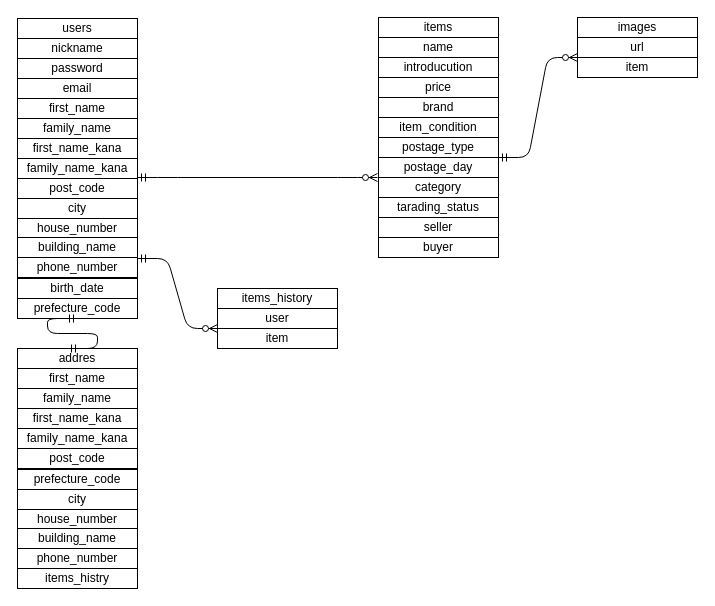
The draw.io diagram er.dio in hlomochi1023/furima-36769, before the edit. Source tidied: cells renumbered, new cells numbered last; positions are measured from the earlier drawing's top-left corner, leaving out a move shared by most shapes. Both pictures are drawn from the tidied source at 100%, with x=0, y=0 at pixel (17, 17).
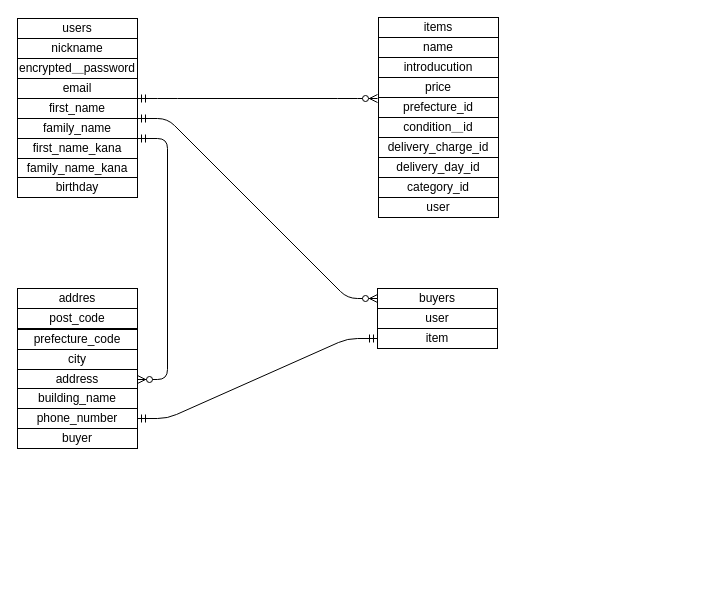
The same page after the edit.

The change refers to these unchanged cells:
```xml
<mxCell id="10" value="family_name" style="whiteSpace=wrap;html=1;align=center;" parent="1" vertex="1">
  <mxGeometry y="101" width="120" height="20" as="geometry" />
</mxCell>
```

What changed in the source:
```diff
@@
-    <mxCell id="4" value="prefecture_code" style="whiteSpace=wrap;html=1;align=center;" parent="1" vertex="1">
-      <mxGeometry y="281" width="120" height="20" as="geometry" />
-    </mxCell>
@@
-    <mxCell id="7" value="password" style="whiteSpace=wrap;html=1;align=center;" parent="1" vertex="1">
+    <mxCell id="7" value="encrypted＿password" style="whiteSpace=wrap;html=1;align=center;" parent="1" vertex="1">
       <mxGeometry y="41" width="120" height="20" as="geometry" />
     </mxCell>
@@
-    <mxCell id="13" value="post_code" style="whiteSpace=wrap;html=1;align=center;" parent="1" vertex="1">
-      <mxGeometry y="161" width="120" height="20" as="geometry" />
-    </mxCell>
-    <mxCell id="14" value="city" style="whiteSpace=wrap;html=1;align=center;" parent="1" vertex="1">
-      <mxGeometry y="181" width="120" height="20" as="geometry" />
-    </mxCell>
-    <mxCell id="15" value="house_number" style="whiteSpace=wrap;html=1;align=center;" parent="1" vertex="1">
-      <mxGeometry y="201" width="120" height="20" as="geometry" />
-    </mxCell>
-    <mxCell id="16" value="building_name" style="whiteSpace=wrap;html=1;align=center;" parent="1" vertex="1">
-      <mxGeometry y="220" width="120" height="20" as="geometry" />
-    </mxCell>
-    <mxCell id="17" value="phone_number" style="whiteSpace=wrap;html=1;align=center;" parent="1" vertex="1">
-      <mxGeometry y="240" width="120" height="20" as="geometry" />
-    </mxCell>
-    <mxCell id="18" value="birth_date" style="whiteSpace=wrap;html=1;align=center;" parent="1" vertex="1">
-      <mxGeometry y="261" width="120" height="20" as="geometry" />
+    <mxCell id="18" value="birthday" style="whiteSpace=wrap;html=1;align=center;" parent="1" vertex="1">
+      <mxGeometry y="160" width="120" height="20" as="geometry" />
     </mxCell>
-    <mxCell id="19" value="buyer" style="whiteSpace=wrap;html=1;align=center;" parent="1" vertex="1">
-      <mxGeometry x="361" y="220" width="120" height="20" as="geometry" />
-    </mxCell>
-    <mxCell id="20" value="seller" style="whiteSpace=wrap;html=1;align=center;" parent="1" vertex="1">
-      <mxGeometry x="361" y="200" width="120" height="20" as="geometry" />
-    </mxCell>
-    <mxCell id="21" value="tarading_status" style="whiteSpace=wrap;html=1;align=center;" parent="1" vertex="1">
+    <mxCell id="21" value="user" style="whiteSpace=wrap;html=1;align=center;" parent="1" vertex="1">
       <mxGeometry x="361" y="180" width="120" height="20" as="geometry" />
     </mxCell>
-    <mxCell id="22" value="category" style="whiteSpace=wrap;html=1;align=center;" parent="1" vertex="1">
+    <mxCell id="22" value="category_id" style="whiteSpace=wrap;html=1;align=center;" parent="1" vertex="1">
       <mxGeometry x="361" y="160" width="120" height="20" as="geometry" />
     </mxCell>
-    <mxCell id="23" value="postage_day" style="whiteSpace=wrap;html=1;align=center;" parent="1" vertex="1">
+    <mxCell id="23" value="delivery_day_id" style="whiteSpace=wrap;html=1;align=center;" parent="1" vertex="1">
       <mxGeometry x="361" y="140" width="120" height="20" as="geometry" />
     </mxCell>
-    <mxCell id="24" value="postage_type" style="whiteSpace=wrap;html=1;align=center;" parent="1" vertex="1">
+    <mxCell id="24" value="delivery_charge_id" style="whiteSpace=wrap;html=1;align=center;" parent="1" vertex="1">
       <mxGeometry x="361" y="120" width="120" height="20" as="geometry" />
     </mxCell>
-    <mxCell id="25" value="item_condition" style="whiteSpace=wrap;html=1;align=center;" parent="1" vertex="1">
+    <mxCell id="25" value="condition＿id" style="whiteSpace=wrap;html=1;align=center;" parent="1" vertex="1">
       <mxGeometry x="361" y="100" width="120" height="20" as="geometry" />
     </mxCell>
-    <mxCell id="26" value="brand" style="whiteSpace=wrap;html=1;align=center;" parent="1" vertex="1">
-      <mxGeometry x="361" y="80" width="120" height="20" as="geometry" />
-    </mxCell>
@@
-    <mxCell id="30" value="images" style="whiteSpace=wrap;html=1;align=center;" parent="1" vertex="1">
-      <mxGeometry x="560" width="120" height="20" as="geometry" />
-    </mxCell>
-    <mxCell id="31" value="url" style="whiteSpace=wrap;html=1;align=center;" parent="1" vertex="1">
-      <mxGeometry x="560" y="20" width="120" height="20" as="geometry" />
-    </mxCell>
-    <mxCell id="32" value="item" style="whiteSpace=wrap;html=1;align=center;" parent="1" vertex="1">
-      <mxGeometry x="560" y="40" width="120" height="20" as="geometry" />
-    </mxCell>
-    <mxCell id="33" style="edgeStyle=entityRelationEdgeStyle;fontSize=12;html=1;endArrow=ERzeroToMany;startArrow=ERmandOne;" parent="1" edge="1">
-      <mxGeometry relative="1" as="geometry">
-        <mxPoint x="481" y="140" as="sourcePoint" />
-        <mxPoint x="560" y="40" as="targetPoint" />
-      </mxGeometry>
-    </mxCell>
     <mxCell id="34" style="edgeStyle=orthogonalEdgeStyle;rounded=0;orthogonalLoop=1;jettySize=auto;html=1;exitX=0.5;exitY=1;exitDx=0;exitDy=0;" parent="1" edge="1">
       <mxGeometry relative="1" as="geometry">
-        <mxPoint x="28" y="351" as="sourcePoint" />
-        <mxPoint x="28" y="351" as="targetPoint" />
+        <mxPoint x="28" y="211" as="sourcePoint" />
+        <mxPoint x="28" y="211" as="targetPoint" />
       </mxGeometry>
     </mxCell>
     <mxCell id="35" value="addres" style="whiteSpace=wrap;html=1;align=center;" parent="1" vertex="1">
-      <mxGeometry y="331" width="120" height="20" as="geometry" />
+      <mxGeometry y="271" width="120" height="20" as="geometry" />
     </mxCell>
-    <mxCell id="36" value="first_name" style="whiteSpace=wrap;html=1;align=center;" parent="1" vertex="1">
-      <mxGeometry y="351" width="120" height="20" as="geometry" />
-    </mxCell>
-    <mxCell id="37" value="family_name" style="whiteSpace=wrap;html=1;align=center;" parent="1" vertex="1">
-      <mxGeometry y="371" width="120" height="20" as="geometry" />
-    </mxCell>
-    <mxCell id="38" value="first_name_kana" style="whiteSpace=wrap;html=1;align=center;" parent="1" vertex="1">
-      <mxGeometry y="391" width="120" height="20" as="geometry" />
-    </mxCell>
-    <mxCell id="39" value="family_name_kana" style="whiteSpace=wrap;html=1;align=center;" parent="1" vertex="1">
-      <mxGeometry y="411" width="120" height="20" as="geometry" />
-    </mxCell>
     <mxCell id="40" value="post_code" style="whiteSpace=wrap;html=1;align=center;" parent="1" vertex="1">
-      <mxGeometry y="431" width="120" height="20" as="geometry" />
+      <mxGeometry y="291" width="120" height="20" as="geometry" />
     </mxCell>
     <mxCell id="41" value="city" style="whiteSpace=wrap;html=1;align=center;" parent="1" vertex="1">
-      <mxGeometry y="472" width="120" height="20" as="geometry" />
+      <mxGeometry y="332" width="120" height="20" as="geometry" />
     </mxCell>
-    <mxCell id="42" value="house_number" style="whiteSpace=wrap;html=1;align=center;" parent="1" vertex="1">
-      <mxGeometry y="492" width="120" height="20" as="geometry" />
+    <mxCell id="42" value="address" style="whiteSpace=wrap;html=1;align=center;" parent="1" vertex="1">
+      <mxGeometry y="352" width="120" height="20" as="geometry" />
     </mxCell>
     <mxCell id="43" value="building_name" style="whiteSpace=wrap;html=1;align=center;" parent="1" vertex="1">
-      <mxGeometry y="511" width="120" height="20" as="geometry" />
+      <mxGeometry y="371" width="120" height="20" as="geometry" />
     </mxCell>
     <mxCell id="44" value="phone_number" style="whiteSpace=wrap;html=1;align=center;" parent="1" vertex="1">
-      <mxGeometry y="531" width="120" height="20" as="geometry" />
+      <mxGeometry y="391" width="120" height="20" as="geometry" />
     </mxCell>
-    <mxCell id="45" value="items_histry" style="whiteSpace=wrap;html=1;align=center;" parent="1" vertex="1">
-      <mxGeometry y="551" width="120" height="20" as="geometry" />
+    <mxCell id="45" value="buyer" style="whiteSpace=wrap;html=1;align=center;" parent="1" vertex="1">
+      <mxGeometry y="411" width="120" height="20" as="geometry" />
     </mxCell>
     <mxCell id="46" value="prefecture_code" style="whiteSpace=wrap;html=1;align=center;" parent="1" vertex="1">
-      <mxGeometry y="452" width="120" height="20" as="geometry" />
+      <mxGeometry y="312" width="120" height="20" as="geometry" />
     </mxCell>
-    <mxCell id="47" value="items_history" style="whiteSpace=wrap;html=1;align=center;" parent="1" vertex="1">
-      <mxGeometry x="200" y="271" width="120" height="20" as="geometry" />
+    <mxCell id="47" value="buyers" style="whiteSpace=wrap;html=1;align=center;" parent="1" vertex="1">
+      <mxGeometry x="360" y="271" width="120" height="20" as="geometry" />
     </mxCell>
     <mxCell id="48" value="user" style="whiteSpace=wrap;html=1;align=center;" parent="1" vertex="1">
-      <mxGeometry x="200" y="291" width="120" height="20" as="geometry" />
+      <mxGeometry x="360" y="291" width="120" height="20" as="geometry" />
     </mxCell>
     <mxCell id="49" value="item" style="whiteSpace=wrap;html=1;align=center;" parent="1" vertex="1">
-      <mxGeometry x="200" y="311" width="120" height="20" as="geometry" />
+      <mxGeometry x="360" y="311" width="120" height="20" as="geometry" />
     </mxCell>
     <mxCell id="50" style="edgeStyle=entityRelationEdgeStyle;fontSize=12;html=1;endArrow=ERzeroToMany;startArrow=ERmandOne;" parent="1" edge="1">
       <mxGeometry relative="1" as="geometry">
-        <mxPoint x="120" y="160" as="sourcePoint" />
-        <mxPoint x="360" y="160" as="targetPoint" />
+        <mxPoint x="120" y="81" as="sourcePoint" />
+        <mxPoint x="360" y="81" as="targetPoint" />
       </mxGeometry>
     </mxCell>
-    <mxCell id="51" style="edgeStyle=entityRelationEdgeStyle;fontSize=12;html=1;endArrow=ERmandOne;startArrow=ERmandOne;entryX=0.5;entryY=1;entryDx=0;entryDy=0;" parent="1" edge="1" target="4">
-      <mxGeometry relative="1" as="geometry">
-        <mxPoint x="50" y="331" as="sourcePoint" />
-      </mxGeometry>
-    </mxCell>
-    <mxCell id="52" style="edgeStyle=entityRelationEdgeStyle;fontSize=12;html=1;endArrow=ERzeroToMany;startArrow=ERmandOne;entryX=0;entryY=1;entryDx=0;entryDy=0;" parent="1" edge="1" target="48">
-      <mxGeometry relative="1" as="geometry">
-        <mxPoint x="120" y="241" as="sourcePoint" />
-      </mxGeometry>
-    </mxCell>
+    <mxCell id="53" value="prefecture_id" style="whiteSpace=wrap;html=1;align=center;" parent="1" vertex="1">
+      <mxGeometry x="361" y="80" width="120" height="20" as="geometry" />
+    </mxCell>
+    <mxCell id="54" style="edgeStyle=entityRelationEdgeStyle;fontSize=12;html=1;endArrow=ERzeroToMany;startArrow=ERmandOne;exitX=1;exitY=1;exitDx=0;exitDy=0;" parent="1" edge="1" source="10" target="42">
+      <mxGeometry relative="1" as="geometry" />
+    </mxCell>
+    <mxCell id="55" style="edgeStyle=entityRelationEdgeStyle;fontSize=12;html=1;endArrow=ERmandOne;startArrow=ERmandOne;entryX=0;entryY=0.5;entryDx=0;entryDy=0;" parent="1" edge="1" target="49">
+      <mxGeometry relative="1" as="geometry">
+        <mxPoint x="120" y="401" as="sourcePoint" />
+      </mxGeometry>
+    </mxCell>
+    <mxCell id="56" style="edgeStyle=entityRelationEdgeStyle;fontSize=12;html=1;endArrow=ERzeroToMany;startArrow=ERmandOne;entryX=0;entryY=0.5;entryDx=0;entryDy=0;" parent="1" edge="1" target="47">
+      <mxGeometry relative="1" as="geometry">
+        <mxPoint x="120" y="101" as="sourcePoint" />
+      </mxGeometry>
+    </mxCell>
```
